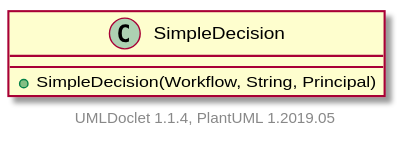
Earlier version of the PlantUML export apidocs/2.11.0.M7-SNAPSHOT/org/apache/wiki/workflow/SimpleDecision.svg (apache/jspwiki-site).
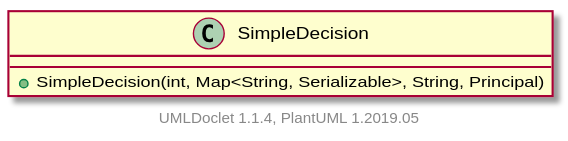
After the commit.

Diff of the diagram source:
```diff
@@ -1,7 +1,7 @@
 @startuml
 
     class SimpleDecision [[SimpleDecision.html]] {
-        +SimpleDecision(Workflow, String, Principal)
+        +SimpleDecision(int, Map<String, Serializable>, String, Principal)
     }
 
 
```
